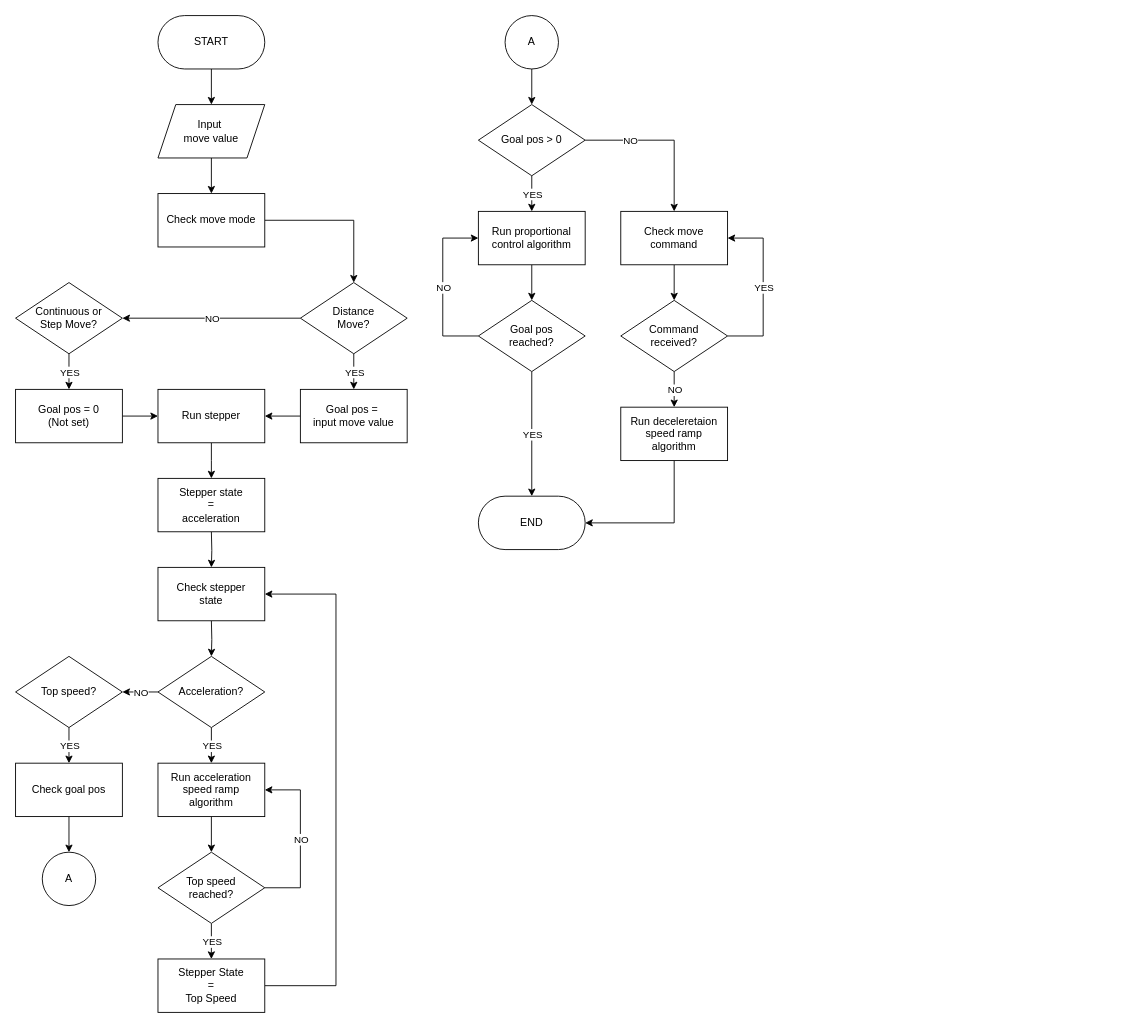
This is page "Move Algorithm" (7 of 12) of Breakdown/Algorithm Flowchart.drawio from AlfonsusGiovanni/Welding-Arm-Manipulator, a draw.io file, before an edit. Source tidied: cells renumbered, new cells numbered last; positions are measured from the earlier drawing's top-left corner, leaving out a move shared by most shapes. Both pictures are drawn from the tidied source at 89%, with x=0, y=0 at pixel (15, 15).
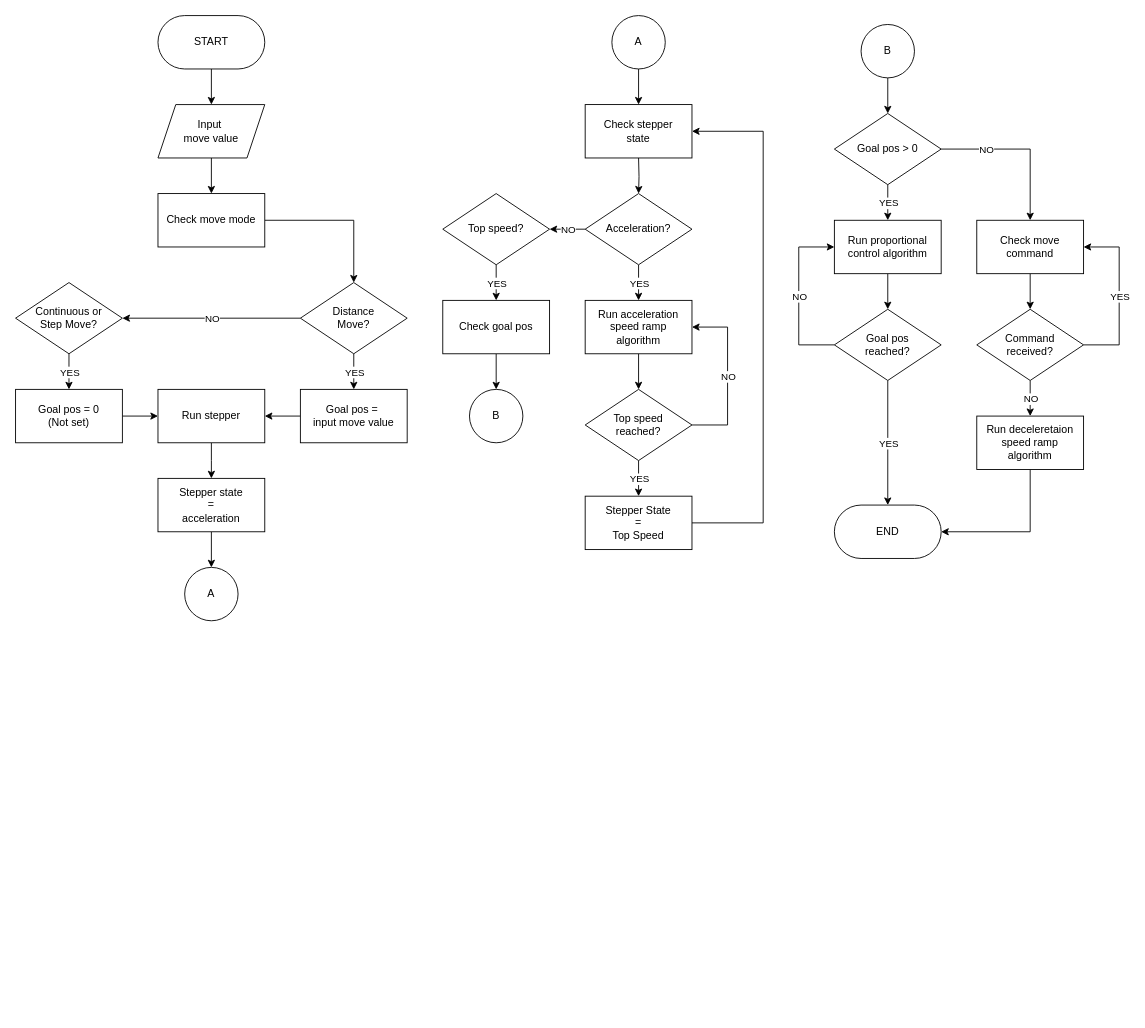
The same page after the edit.

The change refers to these unchanged cells:
```xml
<mxCell id="64" value="Stepper state&lt;div&gt;=&lt;/div&gt;&lt;div&gt;acceleration&lt;/div&gt;" style="rounded=0;whiteSpace=wrap;html=1;" parent="1" vertex="1">
  <mxGeometry x="160" y="520" width="120" height="60" as="geometry" />
</mxCell>
```

The edit, as a diff of the source:
```diff
@@
     <mxCell id="22" value="Acceleration?" style="rhombus;whiteSpace=wrap;html=1;" parent="1" vertex="1">
-      <mxGeometry x="160" y="720" width="120" height="80" as="geometry" />
+      <mxGeometry x="640" y="200" width="120" height="80" as="geometry" />
     </mxCell>
@@
     <mxCell id="25" value="Top speed?" style="rhombus;whiteSpace=wrap;html=1;" parent="1" vertex="1">
-      <mxGeometry y="720" width="120" height="80" as="geometry" />
+      <mxGeometry x="480" y="200" width="120" height="80" as="geometry" />
     </mxCell>
     <mxCell id="26" style="edgeStyle=orthogonalEdgeStyle;rounded=0;jettySize=auto;html=1;" parent="1" edge="1" target="22">
       <mxGeometry relative="1" as="geometry">
-        <mxPoint x="220" y="680" as="sourcePoint" />
+        <mxPoint x="700" y="160" as="sourcePoint" />
       </mxGeometry>
     </mxCell>
@@
     <mxCell id="28" value="Run acceleration&lt;div&gt;speed ramp&lt;/div&gt;&lt;div&gt;algorithm&lt;/div&gt;" style="rounded=0;whiteSpace=wrap;html=1;" parent="1" vertex="1">
-      <mxGeometry x="160" y="840" width="120" height="60" as="geometry" />
+      <mxGeometry x="640" y="320" width="120" height="60" as="geometry" />
     </mxCell>
@@
     <mxCell id="30" value="Run proportional&lt;div&gt;control algorithm&lt;/div&gt;" style="rounded=0;whiteSpace=wrap;html=1;" parent="1" vertex="1">
-      <mxGeometry x="520" y="220" width="120" height="60" as="geometry" />
+      <mxGeometry x="920" y="230" width="120" height="60" as="geometry" />
     </mxCell>
     <mxCell id="31" style="edgeStyle=orthogonalEdgeStyle;rounded=0;jettySize=auto;html=1;exitX=1;exitY=0.5;exitDx=0;exitDy=0;entryX=1;entryY=0.5;entryDx=0;entryDy=0;" parent="1" edge="1" source="35" target="28">
       <mxGeometry relative="1" as="geometry">
         <Array as="points">
-          <mxPoint x="320" y="980" />
-          <mxPoint x="320" y="870" />
+          <mxPoint x="800" y="460" />
+          <mxPoint x="800" y="350" />
         </Array>
       </mxGeometry>
     </mxCell>
@@
     <mxCell id="33" style="edgeStyle=orthogonalEdgeStyle;rounded=0;jettySize=auto;html=1;" parent="1" edge="1" source="35">
       <mxGeometry relative="1" as="geometry">
-        <mxPoint x="220" y="1060" as="targetPoint" />
+        <mxPoint x="700" y="540" as="targetPoint" />
       </mxGeometry>
     </mxCell>
@@
     <mxCell id="35" value="Top speed&lt;div&gt;reached?&lt;/div&gt;" style="rhombus;whiteSpace=wrap;html=1;" parent="1" vertex="1">
-      <mxGeometry x="160" y="940" width="120" height="80" as="geometry" />
+      <mxGeometry x="640" y="420" width="120" height="80" as="geometry" />
     </mxCell>
     <mxCell id="36" style="edgeStyle=orthogonalEdgeStyle;rounded=0;jettySize=auto;html=1;exitX=1;exitY=0.5;exitDx=0;exitDy=0;entryX=1;entryY=0.5;entryDx=0;entryDy=0;" parent="1" edge="1" source="69" target="43">
       <mxGeometry relative="1" as="geometry">
         <Array as="points">
-          <mxPoint x="360" y="1090" />
-          <mxPoint x="360" y="650" />
+          <mxPoint x="840" y="570" />
+          <mxPoint x="840" y="130" />
         </Array>
       </mxGeometry>
     </mxCell>
@@
     <mxCell id="39" style="edgeStyle=orthogonalEdgeStyle;rounded=0;jettySize=auto;html=1;exitX=0;exitY=0.5;exitDx=0;exitDy=0;entryX=0;entryY=0.5;entryDx=0;entryDy=0;" parent="1" edge="1" source="41" target="30">
       <mxGeometry relative="1" as="geometry">
         <Array as="points">
-          <mxPoint x="480" y="360" />
-          <mxPoint x="480" y="250" />
+          <mxPoint x="880" y="370" />
+          <mxPoint x="880" y="260" />
         </Array>
       </mxGeometry>
     </mxCell>
@@
     <mxCell id="41" value="Goal pos&lt;div&gt;reached?&lt;/div&gt;" style="rhombus;whiteSpace=wrap;html=1;" parent="1" vertex="1">
-      <mxGeometry x="520" y="320" width="120" height="80" as="geometry" />
+      <mxGeometry x="920" y="330" width="120" height="80" as="geometry" />
     </mxCell>
     <mxCell id="42" value="END" style="rounded=1;whiteSpace=wrap;html=1;arcSize=50;" parent="1" vertex="1">
-      <mxGeometry x="520" y="540" width="120" height="60" as="geometry" />
+      <mxGeometry x="920" y="550" width="120" height="60" as="geometry" />
     </mxCell>
     <mxCell id="43" value="Check stepper&lt;div&gt;state&lt;/div&gt;" style="rounded=0;whiteSpace=wrap;html=1;" parent="1" vertex="1">
-      <mxGeometry x="160" y="620" width="120" height="60" as="geometry" />
+      <mxGeometry x="640" y="100" width="120" height="60" as="geometry" />
     </mxCell>
-    <mxCell id="44" style="edgeStyle=orthogonalEdgeStyle;rounded=0;jettySize=auto;html=1;" parent="1" edge="1" target="43">
-      <mxGeometry relative="1" as="geometry">
-        <mxPoint x="220" y="580" as="sourcePoint" />
-      </mxGeometry>
-    </mxCell>
@@
     <mxCell id="46" value="Check goal pos" style="rounded=0;whiteSpace=wrap;html=1;" parent="1" vertex="1">
-      <mxGeometry y="840" width="120" height="60" as="geometry" />
+      <mxGeometry x="480" y="320" width="120" height="60" as="geometry" />
     </mxCell>
@@
     <mxCell id="51" value="Goal pos &amp;gt; 0" style="rhombus;whiteSpace=wrap;html=1;" parent="1" vertex="1">
-      <mxGeometry x="520" y="100" width="120" height="80" as="geometry" />
+      <mxGeometry x="920" y="110" width="120" height="80" as="geometry" />
     </mxCell>
-    <mxCell id="52" value="A" style="ellipse;whiteSpace=wrap;html=1;" parent="1" vertex="1">
-      <mxGeometry x="30" y="940" width="60" height="60" as="geometry" />
+    <mxCell id="52" value="B" style="ellipse;whiteSpace=wrap;html=1;" parent="1" vertex="1">
+      <mxGeometry x="510" y="420" width="60" height="60" as="geometry" />
     </mxCell>
@@
-    <mxCell id="54" value="A" style="ellipse;whiteSpace=wrap;html=1;" parent="1" vertex="1">
-      <mxGeometry x="550" width="60" height="60" as="geometry" />
+    <mxCell id="54" value="B" style="ellipse;whiteSpace=wrap;html=1;" parent="1" vertex="1">
+      <mxGeometry x="950" y="10" width="60" height="60" as="geometry" />
     </mxCell>
@@
     <mxCell id="56" value="Check move&lt;div&gt;command&lt;/div&gt;" style="rounded=0;whiteSpace=wrap;html=1;" parent="1" vertex="1">
-      <mxGeometry x="680" y="220" width="120" height="60" as="geometry" />
+      <mxGeometry x="1080" y="230" width="120" height="60" as="geometry" />
     </mxCell>
     <mxCell id="57" style="edgeStyle=orthogonalEdgeStyle;rounded=0;jettySize=auto;html=1;exitX=1;exitY=0.5;exitDx=0;exitDy=0;entryX=1;entryY=0.5;entryDx=0;entryDy=0;" parent="1" edge="1" source="61" target="56">
       <mxGeometry relative="1" as="geometry">
         <Array as="points">
-          <mxPoint x="840" y="360" />
-          <mxPoint x="840" y="250" />
+          <mxPoint x="1240" y="370" />
+          <mxPoint x="1240" y="260" />
         </Array>
       </mxGeometry>
     </mxCell>
@@
     <mxCell id="61" value="Command&lt;div&gt;received?&lt;/div&gt;" style="rhombus;whiteSpace=wrap;html=1;" parent="1" vertex="1">
-      <mxGeometry x="680" y="320" width="120" height="80" as="geometry" />
+      <mxGeometry x="1080" y="330" width="120" height="80" as="geometry" />
     </mxCell>
@@
     <mxCell id="63" value="Run deceleretaion speed r&lt;span style=&quot;background-color: initial;&quot;&gt;amp&lt;/span&gt;&lt;div&gt;&lt;span style=&quot;background-color: initial;&quot;&gt;algorithm&lt;/span&gt;&lt;/div&gt;" style="rounded=0;whiteSpace=wrap;html=1;" parent="1" vertex="1">
-      <mxGeometry x="680" y="440" width="120" height="60" as="geometry" />
+      <mxGeometry x="1080" y="450" width="120" height="60" as="geometry" />
     </mxCell>
+    <mxCell id="70" style="edgeStyle=orthogonalEdgeStyle;rounded=0;jettySize=auto;html=1;" parent="1" edge="1" source="64" target="73">
+      <mxGeometry relative="1" as="geometry" />
+    </mxCell>
@@
     <mxCell id="69" value="Stepper State&lt;div&gt;=&lt;/div&gt;&lt;div&gt;Top Speed&lt;/div&gt;" style="rounded=0;whiteSpace=wrap;html=1;" parent="1" vertex="1">
-      <mxGeometry x="160" y="1060" width="120" height="60" as="geometry" />
+      <mxGeometry x="640" y="540" width="120" height="60" as="geometry" />
     </mxCell>
+    <mxCell id="71" style="edgeStyle=orthogonalEdgeStyle;rounded=0;jettySize=auto;html=1;" parent="1" edge="1" source="72" target="43">
+      <mxGeometry relative="1" as="geometry" />
+    </mxCell>
+    <mxCell id="72" value="A" style="ellipse;whiteSpace=wrap;html=1;" parent="1" vertex="1">
+      <mxGeometry x="670" width="60" height="60" as="geometry" />
+    </mxCell>
+    <mxCell id="73" value="A" style="ellipse;whiteSpace=wrap;html=1;" parent="1" vertex="1">
+      <mxGeometry x="190" y="620" width="60" height="60" as="geometry" />
+    </mxCell>
```
